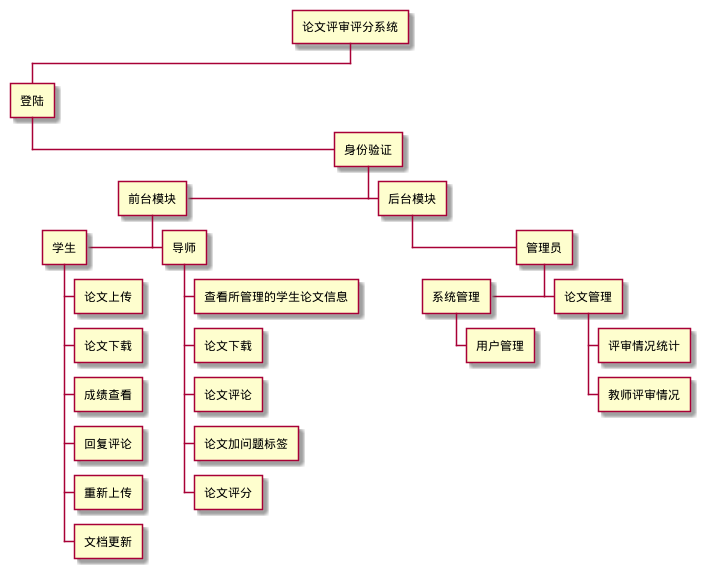
Earlier version of the PlantUML export documents/latexPaper_/out/uml/WBS/系统WBS/系统WBS.png (swithun-liu/scoring_system). The source it was exported from:
```plantuml
@startwbs
+ 论文评审评分系统
++ 登陆
+++ 身份验证
+++- 前台模块
++++- 学生
++++++ 论文上传
++++++ 论文下载
++++++ 成绩查看
++++++ 回复评论
++++++ 重新上传
++++++ 文档更新
+++++ 导师
++++++ 查看所管理的学生论文信息
++++++ 论文下载
++++++ 论文评论
++++++ 论文加问题标签
++++++ 论文评分
++++ 后台模块
+++++ 管理员
+++++- 系统管理
+++++++ 用户管理
++++++ 论文管理
+++++++ 评审情况统计
+++++++ 教师评审情况
@endwbs
```
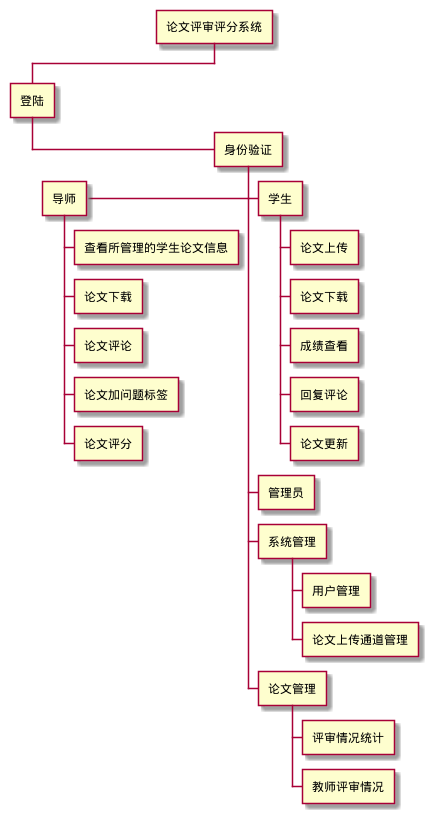
After the change.

The edit, as a diff of the source:
```diff
@@ -2,25 +2,23 @@
 + 论文评审评分系统
 ++ 登陆
 +++ 身份验证
-+++- 前台模块
-++++- 学生
-++++++ 论文上传
-++++++ 论文下载
-++++++ 成绩查看
-++++++ 回复评论
-++++++ 重新上传
-++++++ 文档更新
-+++++ 导师
-++++++ 查看所管理的学生论文信息
-++++++ 论文下载
-++++++ 论文评论
-++++++ 论文加问题标签
-++++++ 论文评分
-++++ 后台模块
-+++++ 管理员
-+++++- 系统管理
-+++++++ 用户管理
-++++++ 论文管理
-+++++++ 评审情况统计
-+++++++ 教师评审情况
+++++ 学生
++++++ 论文上传
++++++ 论文下载
++++++ 成绩查看
++++++ 回复评论
++++++ 论文更新
++++- 导师
++++++ 查看所管理的学生论文信息
++++++ 论文下载
++++++ 论文评论
++++++ 论文加问题标签
++++++ 论文评分
+++++ 管理员
+++++ 系统管理
++++++ 用户管理
++++++ 论文上传通道管理
+++++ 论文管理
++++++ 评审情况统计
++++++ 教师评审情况
 @endwbs
```
